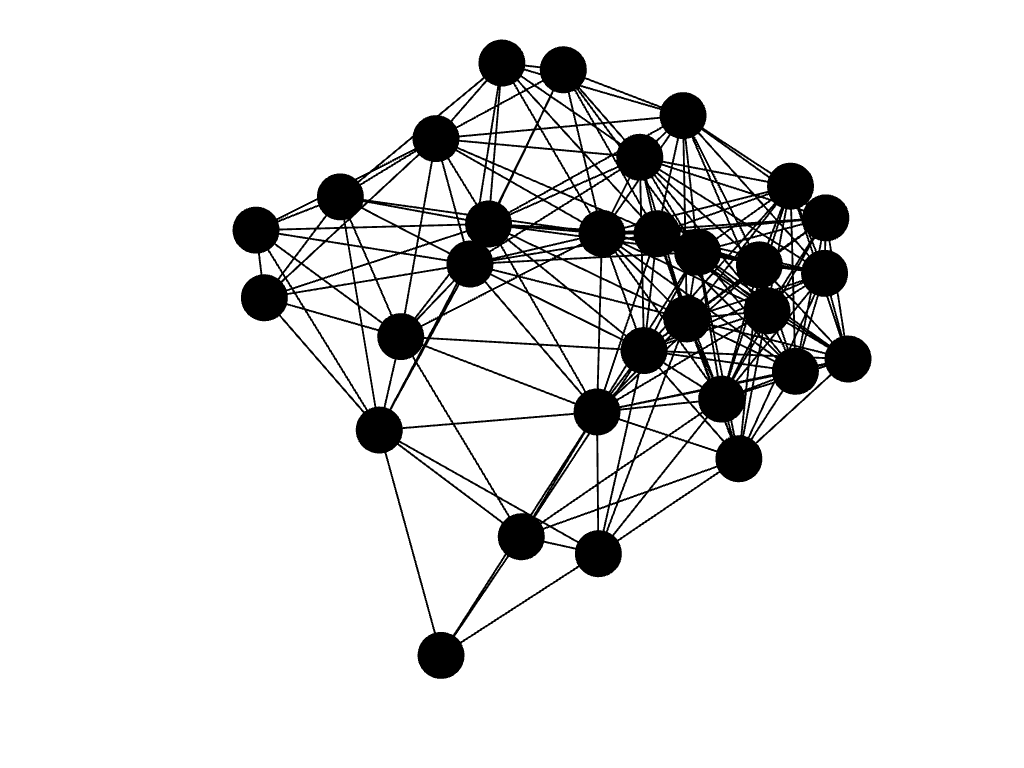
This is GeograficoSimple30.png from saradejesuss/GenerarGrafos, a Graphviz export, as it was before one commit. Its source is kept beside it as GeograficoSimple30.gv. The source it was exported from:
```dot
graph{
   2 -- 29;
   6 -- 19;
   4 -- 10;
   6 -- 25;
   3 -- 7;
   6 -- 27;
   3 -- 9;
   8 -- 9;
   3 -- 11;
   7 -- 9;
   3 -- 13;
   7 -- 11;
   3 -- 15;
   7 -- 13;
   3 -- 17;
   7 -- 15;
   3 -- 21;
   7 -- 17;
   3 -- 22;
   7 -- 21;
   3 -- 24;
   7 -- 22;
   3 -- 26;
   7 -- 24;
   3 -- 27;
   7 -- 26;
   3 -- 29;
   7 -- 27;
   5 -- 6;
   7 -- 29;
   4 -- 12;
   9 -- 11;
   4 -- 13;
   8 -- 13;
   4 -- 15;
   8 -- 14;
   4 -- 16;
   8 -- 18;
   4 -- 17;
   8 -- 19;
   4 -- 18;
   8 -- 21;
   15 -- 26;
   4 -- 21;
   8 -- 22;
   4 -- 28;
   8 -- 24;
   6 -- 8;
   8 -- 25;
   5 -- 7;
   8 -- 26;
   5 -- 8;
   8 -- 27;
   15 -- 28;
   5 -- 9;
   8 -- 28;
   5 -- 11;
   8 -- 29;
   5 -- 13;
   10 -- 12;
   5 -- 15;
   9 -- 13;
   5 -- 18;
   9 -- 15;
   5 -- 19;
   9 -- 17;
   5 -- 21;
   9 -- 18;
   5 -- 22;
   9 -- 21;
   5 -- 24;
   9 -- 22;
   5 -- 26;
   9 -- 24;
   5 -- 27;
   9 -- 26;
   5 -- 28;
   9 -- 27;
   5 -- 29;
   9 -- 28;
   7 -- 8;
   9 -- 29;
   6 -- 9;
   11 -- 13;
   6 -- 14;
   10 -- 13;
   10 -- 15;
   17 -- 18;
   10 -- 16;
   16 -- 18;
   10 -- 17;
   16 -- 21;
   1 -- 2;
   10 -- 18;
   16 -- 24;
   0 -- 8;
   10 -- 20;
   16 -- 28;
   0 -- 10;
   10 -- 21;
   18 -- 20;
   0 -- 5;
   0 -- 12;
   10 -- 23;
   17 -- 21;
   0 -- 18;
   10 -- 28;
   17 -- 24;
   0 -- 19;
   12 -- 18;
   17 -- 26;
   0 -- 20;
   11 -- 15;
   19 -- 25;
   0 -- 21;
   11 -- 17;
   18 -- 21;
   0 -- 23;
   11 -- 21;
   18 -- 23;
   0 -- 25;
   11 -- 22;
   18 -- 24;
   0 -- 28;
   11 -- 24;
   18 -- 25;
   2 -- 3;
   11 -- 26;
   18 -- 28;
   1 -- 3;
   11 -- 29;
   20 -- 23;
   1 -- 5;
   13 -- 15;
   19 -- 27;
   1 -- 6;
   12 -- 20;
   21 -- 22;
   1 -- 7;
   12 -- 21;
   20 -- 25;
   1 -- 8;
   12 -- 23;
   20 -- 28;
   1 -- 9;
   12 -- 25;
   22 -- 24;
   1 -- 11;
   12 -- 28;
   21 -- 24;
   1 -- 13;
   14 -- 19;
   21 -- 26;
   1 -- 19;
   13 -- 16;
   21 -- 28;
   1 -- 21;
   13 -- 17;
   23 -- 25;
   1 -- 22;
   13 -- 18;
   22 -- 26;
   1 -- 24;
   13 -- 21;
   22 -- 27;
   1 -- 26;
   13 -- 22;
   22 -- 29;
   1 -- 27;
   13 -- 24;
   24 -- 26;
   1 -- 29;
   13 -- 26;
   23 -- 28;
   3 -- 5;
   13 -- 27;
   25 -- 28;
   2 -- 5;
   13 -- 28;
   24 -- 27;
   2 -- 7;
   13 -- 29;
   24 -- 28;
   2 -- 9;
   15 -- 16;
   24 -- 29;
   2 -- 11;
   14 -- 25;
   26 -- 27;
   2 -- 13;
   16 -- 17;
   27 -- 29;
   2 -- 15;
   15 -- 17;
   26 -- 29;
   2 -- 17;
   15 -- 18;
   2 -- 21;
   15 -- 21;
   2 -- 22;
   15 -- 24;
   2 -- 24;
   2 -- 26;
}
```
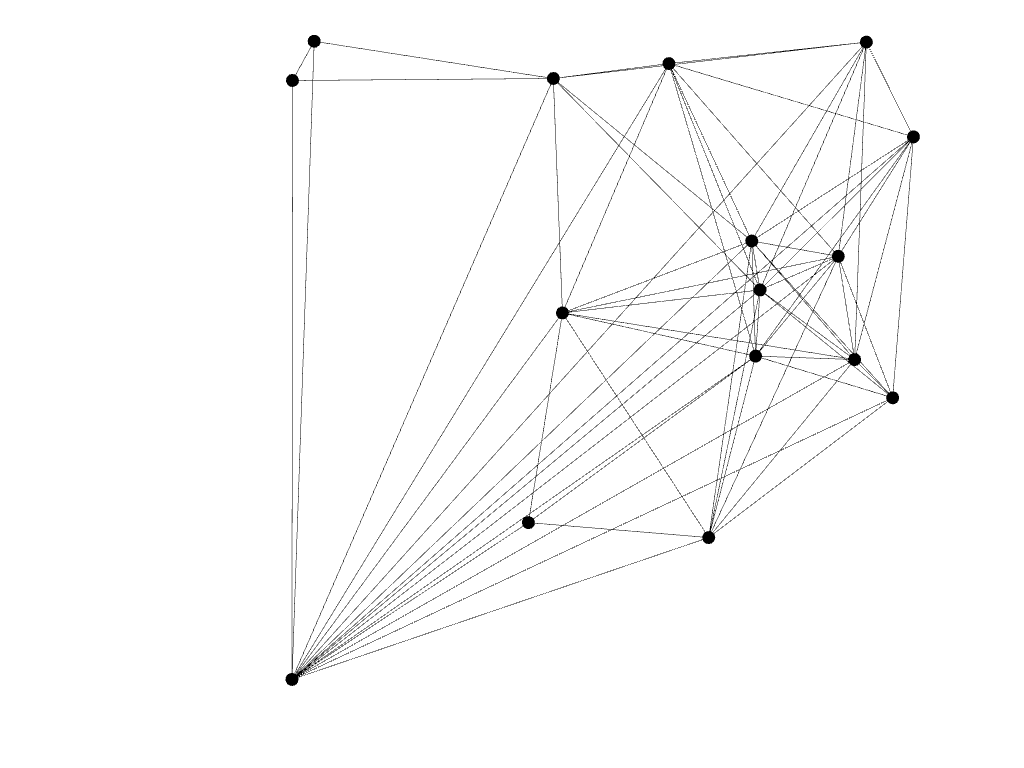
After the commit.

Commit message:
Coordenadas agregadas al Geográfico Simple

What changed in the source:
```diff
@@ -1,205 +1,257 @@
 graph{
+   12 [pos="535.059068409045, 194.76859217784937",];
+   11 [pos="906.8818049697819, 905.3971302956252",];
+   10 [pos="36.2912288438878, 713.3621728812859",];
+   9 [pos="822.6291848054748, 969.6724858536759",];
+   29 [pos="504.8548026147198, 527.1724384050183",];
+   8 [pos="937.9792975625581, 475.42424192022645",];
+   28 [pos="431.99415475973234, 475.92934288420884",];
+   7 [pos="457.76429797039077, 65.16475553695733",];
+   27 [pos="323.30254772819586, 249.85151877826206",];
+   6 [pos="534.6294363906495, 351.1167663277558",];
+   26 [pos="9.597654053199346, 416.8315520822058",];
+   5 [pos="790.1505245531145, 741.5877376068428",];
+   25 [pos="343.1195524234716, 403.7318397029356",];
+   4 [pos="135.5222674350559, 648.820758636014",];
+   24 [pos="821.0286417076063, 85.0798650058685",];
+   3 [pos="296.60950564811117, 287.6351897024827",];
+   23 [pos="487.03142988827653, 652.4677504399895",];
+   2 [pos="109.7684549393766, 812.4725562334406",];
+   22 [pos="773.2124686979492, 738.0418028756156",];
+   1 [pos="261.8446388191339, 809.8158451083214",];
+   21 [pos="596.7551368588674, 501.9069036926559",];
+   20 [pos="174.68191545956725, 472.8939109506187",];
+   19 [pos="963.8140062878524, 367.31188257907576",];
+   0 [pos="400.11386245002825, 314.0202815979273",];
+   18 [pos="937.1989080036774, 606.9090425760965",];
+   17 [pos="301.69085814075316, 829.237855818343",];
+   16 [pos="896.9180524824407, 171.44949097690863",];
+   15 [pos="480.51552614625825, 489.491590329055",];
+   14 [pos="896.0180408258889, 164.36901209240406",];
+   13 [pos="707.1144207959866, 82.7323881948061",];
+   3 -- 25;
+   8 -- 16;
+   0 -- 7;
+   3 -- 23;
+   8 -- 18;
+   0 -- 6;
+   3 -- 21;
+   8 -- 19;
+   0 -- 4;
+   3 -- 20;
+   8 -- 21;
+   1 -- 2;
+   3 -- 15;
+   8 -- 22;
+   3 -- 13;
+   8 -- 23;
+   3 -- 12;
+   8 -- 24;
+   3 -- 10;
+   8 -- 29;
+   0 -- 12;
+   3 -- 7;
+   10 -- 15;
+   3 -- 6;
+   9 -- 18;
+   4 -- 6;
+   9 -- 22;
    2 -- 29;
+   9 -- 23;
+   2 -- 28;
+   11 -- 18;
+   2 -- 26;
+   10 -- 17;
+   10 -- 20;
+   10 -- 23;
+   2 -- 23;
+   10 -- 25;
+   2 -- 20;
+   10 -- 26;
+   2 -- 17;
+   10 -- 28;
+   2 -- 15;
+   12 -- 13;
+   3 -- 26;
+   2 -- 10;
+   11 -- 22;
+   3 -- 4;
+   3 -- 27;
+   11 -- 23;
+   1 -- 29;
+   3 -- 28;
+   13 -- 14;
+   1 -- 28;
+   3 -- 29;
+   12 -- 14;
+   1 -- 26;
+   5 -- 6;
+   12 -- 15;
+   1 -- 25;
+   4 -- 10;
+   12 -- 16;
+   1 -- 23;
+   4 -- 15;
+   12 -- 19;
+   1 -- 21;
+   4 -- 17;
+   12 -- 20;
+   1 -- 20;
+   4 -- 20;
+   12 -- 21;
+   1 -- 17;
+   4 -- 21;
+   12 -- 23;
+   1 -- 15;
+   4 -- 23;
+   12 -- 24;
+   1 -- 10;
+   4 -- 25;
+   12 -- 25;
+   1 -- 4;
+   4 -- 26;
+   12 -- 27;
+   2 -- 4;
+   4 -- 27;
+   12 -- 28;
+   0 -- 29;
+   0 -- 3;
+   4 -- 28;
+   12 -- 29;
+   0 -- 28;
+   4 -- 29;
+   14 -- 16;
+   0 -- 27;
+   0 -- 26;
+   6 -- 7;
+   13 -- 15;
+   2 -- 25;
+   0 -- 25;
+   5 -- 8;
+   13 -- 16;
+   0 -- 24;
+   5 -- 9;
+   13 -- 19;
+   0 -- 23;
+   5 -- 11;
+   13 -- 21;
+   5 -- 15;
+   0 -- 21;
+   13 -- 24;
+   5 -- 17;
+   13 -- 25;
+   13 -- 27;
+   8 -- 14;
+   13 -- 28;
+   8 -- 13;
+   0 -- 15;
+   13 -- 29;
+   8 -- 12;
+   15 -- 17;
+   9 -- 11;
+   14 -- 18;
+   8 -- 15;
+   14 -- 19;
+   7 -- 28;
+   14 -- 21;
+   7 -- 27;
+   14 -- 24;
+   7 -- 25;
+   16 -- 18;
+   7 -- 24;
+   15 -- 18;
+   7 -- 21;
+   15 -- 19;
+   7 -- 20;
+   15 -- 20;
+   7 -- 16;
+   15 -- 21;
+   7 -- 15;
+   15 -- 22;
+   7 -- 14;
+   15 -- 23;
+   7 -- 13;
+   27 -- 29;
+   15 -- 25;
+   8 -- 11;
+   28 -- 29;
+   15 -- 26;
+   6 -- 29;
+   26 -- 28;
+   15 -- 27;
+   6 -- 28;
+   27 -- 28;
+   15 -- 28;
+   6 -- 27;
+   25 -- 29;
+   15 -- 29;
+   6 -- 25;
+   25 -- 28;
+   17 -- 20;
+   6 -- 24;
+   25 -- 27;
+   16 -- 19;
+   6 -- 23;
+   25 -- 26;
+   16 -- 21;
+   7 -- 29;
+   23 -- 29;
+   16 -- 24;
+   6 -- 21;
+   23 -- 28;
+   18 -- 19;
+   6 -- 20;
+   23 -- 27;
+   17 -- 21;
+   26 -- 27;
    6 -- 19;
-   4 -- 10;
-   6 -- 25;
-   3 -- 7;
-   6 -- 27;
-   3 -- 9;
-   8 -- 9;
-   3 -- 11;
-   7 -- 9;
-   3 -- 13;
-   7 -- 11;
-   3 -- 15;
-   7 -- 13;
-   3 -- 17;
-   7 -- 15;
-   3 -- 21;
-   7 -- 17;
-   3 -- 22;
-   7 -- 21;
-   3 -- 24;
-   7 -- 22;
-   3 -- 26;
-   7 -- 24;
-   3 -- 27;
-   7 -- 26;
-   3 -- 29;
-   7 -- 27;
-   5 -- 6;
-   7 -- 29;
-   4 -- 12;
-   9 -- 11;
-   4 -- 13;
-   8 -- 13;
-   4 -- 15;
-   8 -- 14;
-   4 -- 16;
-   8 -- 18;
-   4 -- 17;
-   8 -- 19;
-   4 -- 18;
-   8 -- 21;
-   15 -- 26;
-   4 -- 21;
-   8 -- 22;
-   4 -- 28;
-   8 -- 24;
+   17 -- 22;
+   20 -- 25;
+   22 -- 29;
+   6 -- 18;
+   17 -- 23;
+   22 -- 28;
+   6 -- 16;
+   17 -- 25;
+   23 -- 25;
+   6 -- 15;
+   17 -- 28;
+   21 -- 29;
+   6 -- 14;
+   17 -- 29;
+   21 -- 28;
+   6 -- 13;
+   19 -- 21;
+   21 -- 27;
+   6 -- 12;
+   18 -- 21;
+   21 -- 25;
    6 -- 8;
-   8 -- 25;
-   5 -- 7;
-   8 -- 26;
-   5 -- 8;
-   8 -- 27;
-   15 -- 28;
-   5 -- 9;
-   8 -- 28;
-   5 -- 11;
-   8 -- 29;
-   5 -- 13;
-   10 -- 12;
-   5 -- 15;
-   9 -- 13;
+   18 -- 22;
+   21 -- 24;
+   7 -- 12;
+   18 -- 23;
+   21 -- 22;
+   21 -- 23;
+   5 -- 29;
+   18 -- 29;
+   22 -- 23;
+   5 -- 28;
+   20 -- 21;
+   20 -- 29;
+   5 -- 23;
+   5 -- 22;
+   19 -- 22;
+   20 -- 28;
+   6 -- 22;
+   5 -- 21;
+   19 -- 24;
+   20 -- 27;
+   5 -- 19;
+   19 -- 29;
+   20 -- 23;
+   0 -- 13;
+   20 -- 26;
    5 -- 18;
-   9 -- 15;
-   5 -- 19;
-   9 -- 17;
-   5 -- 21;
-   9 -- 18;
-   5 -- 22;
-   9 -- 21;
-   5 -- 24;
-   9 -- 22;
-   5 -- 26;
-   9 -- 24;
-   5 -- 27;
-   9 -- 26;
-   5 -- 28;
-   9 -- 27;
-   5 -- 29;
-   9 -- 28;
-   7 -- 8;
-   9 -- 29;
-   6 -- 9;
-   11 -- 13;
-   6 -- 14;
-   10 -- 13;
-   10 -- 15;
-   17 -- 18;
-   10 -- 16;
-   16 -- 18;
-   10 -- 17;
-   16 -- 21;
-   1 -- 2;
-   10 -- 18;
-   16 -- 24;
-   0 -- 8;
-   10 -- 20;
-   16 -- 28;
-   0 -- 10;
-   10 -- 21;
-   18 -- 20;
-   0 -- 5;
-   0 -- 12;
-   10 -- 23;
-   17 -- 21;
-   0 -- 18;
-   10 -- 28;
-   17 -- 24;
-   0 -- 19;
-   12 -- 18;
-   17 -- 26;
    0 -- 20;
-   11 -- 15;
-   19 -- 25;
-   0 -- 21;
-   11 -- 17;
-   18 -- 21;
-   0 -- 23;
-   11 -- 21;
-   18 -- 23;
-   0 -- 25;
-   11 -- 22;
-   18 -- 24;
-   0 -- 28;
-   11 -- 24;
-   18 -- 25;
-   2 -- 3;
-   11 -- 26;
-   18 -- 28;
-   1 -- 3;
-   11 -- 29;
-   20 -- 23;
-   1 -- 5;
-   13 -- 15;
-   19 -- 27;
-   1 -- 6;
-   12 -- 20;
-   21 -- 22;
-   1 -- 7;
-   12 -- 21;
-   20 -- 25;
-   1 -- 8;
-   12 -- 23;
-   20 -- 28;
-   1 -- 9;
-   12 -- 25;
-   22 -- 24;
-   1 -- 11;
-   12 -- 28;
-   21 -- 24;
-   1 -- 13;
-   14 -- 19;
-   21 -- 26;
-   1 -- 19;
-   13 -- 16;
-   21 -- 28;
-   1 -- 21;
-   13 -- 17;
-   23 -- 25;
-   1 -- 22;
-   13 -- 18;
-   22 -- 26;
-   1 -- 24;
-   13 -- 21;
-   22 -- 27;
-   1 -- 26;
-   13 -- 22;
-   22 -- 29;
-   1 -- 27;
-   13 -- 24;
-   24 -- 26;
-   1 -- 29;
-   13 -- 26;
-   23 -- 28;
-   3 -- 5;
-   13 -- 27;
-   25 -- 28;
-   2 -- 5;
-   13 -- 28;
-   24 -- 27;
-   2 -- 7;
-   13 -- 29;
-   24 -- 28;
-   2 -- 9;
-   15 -- 16;
-   24 -- 29;
-   2 -- 11;
-   14 -- 25;
-   26 -- 27;
-   2 -- 13;
-   16 -- 17;
-   27 -- 29;
-   2 -- 15;
-   15 -- 17;
-   26 -- 29;
-   2 -- 17;
-   15 -- 18;
-   2 -- 21;
-   15 -- 21;
-   2 -- 22;
-   15 -- 24;
-   2 -- 24;
-   2 -- 26;
 }
```
